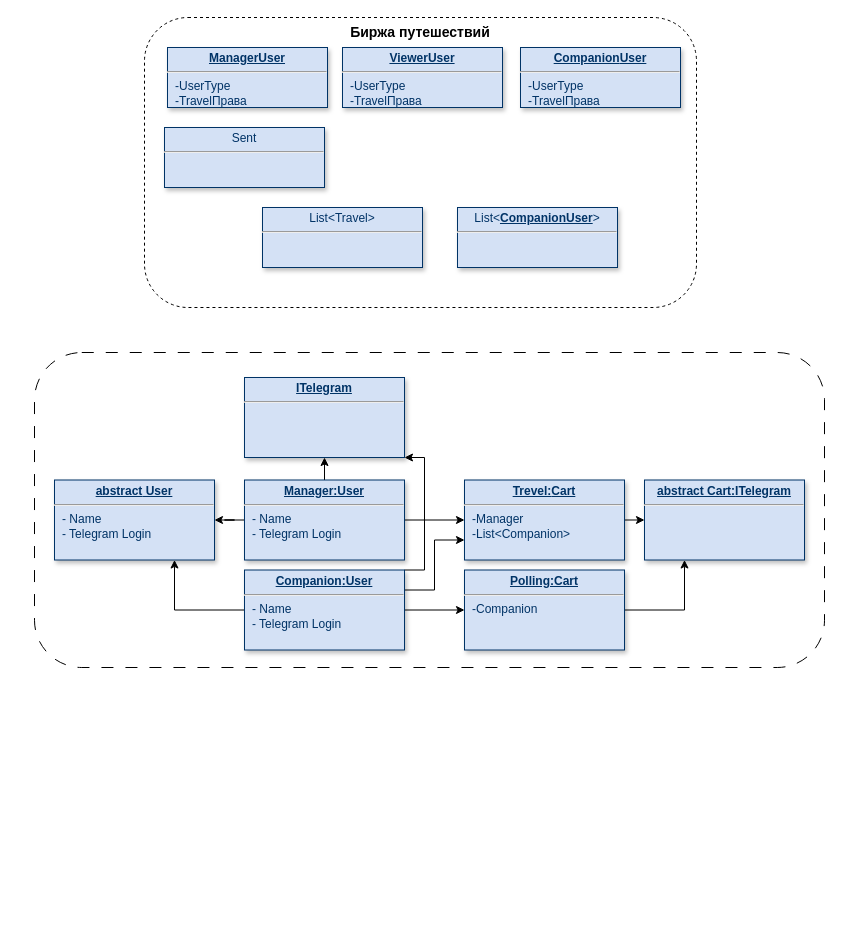
AATerekhov/Team-Pragmatics-Otus keeps this draw.io diagram as page "TravelExchange" (5 of 7) of Team-Pragmatics-Otus.drawio. Above is the earlier version. Source tidied: cells renumbered, new cells numbered last; positions are measured from the earlier drawing's top-left corner, leaving out a move shared by most shapes. Both pictures are drawn from the tidied source at 100%, with x=0, y=0 at pixel (34, 17).
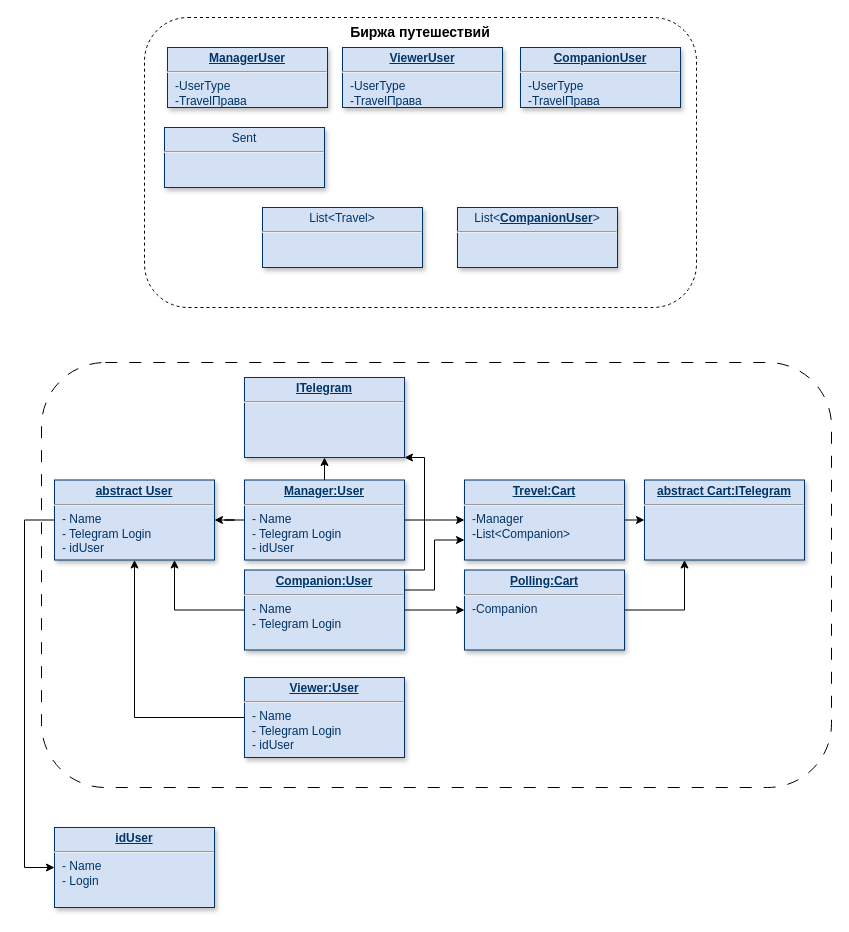
The same page after the edit.

What changed in the source:
```diff
@@
+    <mxCell id="10" style="rounded=1;whiteSpace=wrap;html=1;fillColor=none;dashed=1;dashPattern=12 12;" parent="1" vertex="1">
+      <mxGeometry x="7" y="345" width="790" height="425" as="geometry" />
+    </mxCell>
@@
-    <mxCell id="10" style="rounded=1;whiteSpace=wrap;html=1;fillColor=none;dashed=1;dashPattern=12 12;" parent="1" vertex="1">
-      <mxGeometry y="335" width="790" height="315" as="geometry" />
-    </mxCell>
@@
+    <mxCell id="27" style="edgeStyle=orthogonalEdgeStyle;rounded=0;jettySize=auto;html=1;exitX=0;exitY=0.5;exitDx=0;exitDy=0;entryX=0;entryY=0.5;entryDx=0;entryDy=0;" parent="1" edge="1" source="12" target="28">
+      <mxGeometry relative="1" as="geometry">
+        <Array as="points">
+          <mxPoint x="-10" y="503" />
+          <mxPoint x="-10" y="850" />
+        </Array>
+      </mxGeometry>
+    </mxCell>
-    <mxCell id="12" value="&lt;p style=&quot;text-align: center; margin: 4px 0px 0px;&quot;&gt;&lt;span style=&quot;background-color: initial; text-align: left;&quot;&gt;&lt;b&gt;&lt;u&gt;abstract&lt;/u&gt;&lt;/b&gt;&lt;/span&gt;&lt;b&gt;&lt;u&gt;&amp;nbsp;User&lt;/u&gt;&lt;/b&gt;&lt;/p&gt;&lt;hr&gt;&lt;p style=&quot;margin: 0px; margin-left: 8px;&quot;&gt;&lt;span style=&quot;background-color: initial;&quot;&gt;- Name&lt;/span&gt;&lt;br&gt;&lt;/p&gt;&lt;p style=&quot;margin: 0px; margin-left: 8px;&quot;&gt;- Telegram Login&lt;span style=&quot;background-color: initial;&quot;&gt;&lt;br&gt;&lt;/span&gt;&lt;/p&gt;" style="verticalAlign=top;align=left;overflow=fill;fontSize=12;fontFamily=Helvetica;html=1;strokeColor=#003366;shadow=1;fillColor=#D4E1F5;fontColor=#003366;" parent="1" vertex="1">
+    <mxCell id="12" value="&lt;p style=&quot;text-align: center; margin: 4px 0px 0px;&quot;&gt;&lt;span style=&quot;background-color: initial; text-align: left;&quot;&gt;&lt;b&gt;&lt;u&gt;abstract&lt;/u&gt;&lt;/b&gt;&lt;/span&gt;&lt;b&gt;&lt;u&gt;&amp;nbsp;User&lt;/u&gt;&lt;/b&gt;&lt;/p&gt;&lt;hr&gt;&lt;p style=&quot;margin: 0px; margin-left: 8px;&quot;&gt;&lt;span style=&quot;background-color: initial;&quot;&gt;- Name&lt;/span&gt;&lt;br&gt;&lt;/p&gt;&lt;p style=&quot;margin: 0px; margin-left: 8px;&quot;&gt;- Telegram Login&lt;span style=&quot;background-color: initial;&quot;&gt;&lt;br&gt;&lt;/span&gt;&lt;/p&gt;&lt;p style=&quot;margin: 0px; margin-left: 8px;&quot;&gt;- idUser&lt;/p&gt;" style="verticalAlign=top;align=left;overflow=fill;fontSize=12;fontFamily=Helvetica;html=1;strokeColor=#003366;shadow=1;fillColor=#D4E1F5;fontColor=#003366;" parent="1" vertex="1">
       <mxGeometry x="20" y="462.5" width="160" height="80" as="geometry" />
     </mxCell>
@@
-    <mxCell id="15" value="&lt;p style=&quot;text-align: center; margin: 4px 0px 0px;&quot;&gt;&lt;b&gt;&lt;u&gt;Manager:User&lt;/u&gt;&lt;/b&gt;&lt;/p&gt;&lt;hr&gt;&lt;p style=&quot;margin: 0px; margin-left: 8px;&quot;&gt;&lt;span style=&quot;background-color: initial;&quot;&gt;- Name&lt;/span&gt;&lt;br&gt;&lt;/p&gt;&lt;p style=&quot;margin: 0px; margin-left: 8px;&quot;&gt;- Telegram Login&lt;span style=&quot;background-color: initial;&quot;&gt;&lt;br&gt;&lt;/span&gt;&lt;/p&gt;" style="verticalAlign=top;align=left;overflow=fill;fontSize=12;fontFamily=Helvetica;html=1;strokeColor=#003366;shadow=1;fillColor=#D4E1F5;fontColor=#003366;" parent="1" vertex="1">
+    <mxCell id="15" value="&lt;p style=&quot;text-align: center; margin: 4px 0px 0px;&quot;&gt;&lt;b&gt;&lt;u&gt;Manager:User&lt;/u&gt;&lt;/b&gt;&lt;/p&gt;&lt;hr&gt;&lt;p style=&quot;margin: 0px; margin-left: 8px;&quot;&gt;&lt;span style=&quot;background-color: initial;&quot;&gt;- Name&lt;/span&gt;&lt;br&gt;&lt;/p&gt;&lt;p style=&quot;margin: 0px; margin-left: 8px;&quot;&gt;- Telegram Login&lt;span style=&quot;background-color: initial;&quot;&gt;&lt;br&gt;&lt;/span&gt;&lt;/p&gt;&lt;p style=&quot;margin: 0px; margin-left: 8px;&quot;&gt;- idUser&lt;/p&gt;" style="verticalAlign=top;align=left;overflow=fill;fontSize=12;fontFamily=Helvetica;html=1;strokeColor=#003366;shadow=1;fillColor=#D4E1F5;fontColor=#003366;" parent="1" vertex="1">
       <mxGeometry x="210" y="462.5" width="160" height="80" as="geometry" />
     </mxCell>
@@
+    <mxCell id="28" value="&lt;p style=&quot;text-align: center; margin: 4px 0px 0px;&quot;&gt;&lt;b&gt;&lt;u&gt;idUser&lt;/u&gt;&lt;/b&gt;&lt;/p&gt;&lt;hr&gt;&lt;p style=&quot;margin: 0px; margin-left: 8px;&quot;&gt;&lt;span style=&quot;background-color: initial;&quot;&gt;- Name&lt;/span&gt;&lt;br&gt;&lt;/p&gt;&lt;p style=&quot;margin: 0px; margin-left: 8px;&quot;&gt;- Login&lt;span style=&quot;background-color: initial;&quot;&gt;&lt;br&gt;&lt;/span&gt;&lt;/p&gt;" style="verticalAlign=top;align=left;overflow=fill;fontSize=12;fontFamily=Helvetica;html=1;strokeColor=#003366;shadow=1;fillColor=#D4E1F5;fontColor=#003366;" parent="1" vertex="1">
+      <mxGeometry x="20" y="810" width="160" height="80" as="geometry" />
+    </mxCell>
+    <mxCell id="29" style="edgeStyle=orthogonalEdgeStyle;rounded=0;jettySize=auto;html=1;exitX=0;exitY=0.5;exitDx=0;exitDy=0;" parent="1" edge="1" source="30" target="12">
+      <mxGeometry relative="1" as="geometry" />
+    </mxCell>
+    <mxCell id="30" value="&lt;p style=&quot;text-align: center; margin: 4px 0px 0px;&quot;&gt;&lt;span style=&quot;background-color: initial; text-align: left;&quot;&gt;&lt;b&gt;&lt;u&gt;Viewer&lt;/u&gt;&lt;/b&gt;&lt;/span&gt;&lt;b&gt;&lt;u&gt;:User&lt;/u&gt;&lt;/b&gt;&lt;/p&gt;&lt;hr&gt;&lt;p style=&quot;margin: 0px; margin-left: 8px;&quot;&gt;&lt;span style=&quot;background-color: initial;&quot;&gt;- Name&lt;/span&gt;&lt;br&gt;&lt;/p&gt;&lt;p style=&quot;margin: 0px; margin-left: 8px;&quot;&gt;- Telegram Login&lt;span style=&quot;background-color: initial;&quot;&gt;&lt;br&gt;&lt;/span&gt;&lt;/p&gt;&lt;p style=&quot;margin: 0px; margin-left: 8px;&quot;&gt;- idUser&lt;br&gt;&lt;/p&gt;" style="verticalAlign=top;align=left;overflow=fill;fontSize=12;fontFamily=Helvetica;html=1;strokeColor=#003366;shadow=1;fillColor=#D4E1F5;fontColor=#003366;" parent="1" vertex="1">
+      <mxGeometry x="210" y="660" width="160" height="80" as="geometry" />
+    </mxCell>
```
